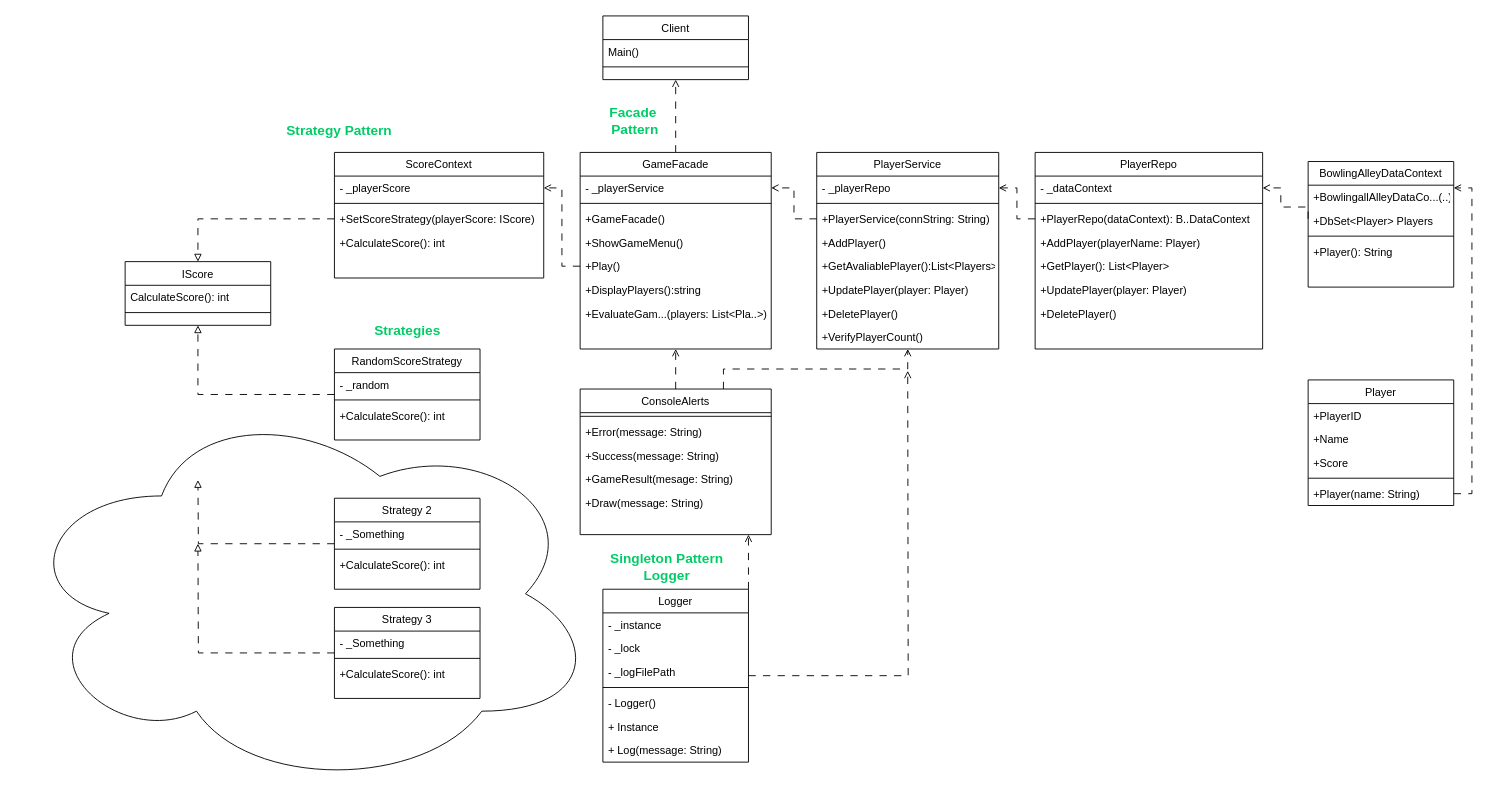
mutenJanken/BowlingAlley keeps this draw.io diagram as BowlingAlley/BowlingAlleyClassDiagram.drawio. Above is the earlier version. Source tidied: cells renumbered, new cells numbered last; positions are measured from the earlier drawing's top-left corner, leaving out a move shared by most shapes. Both pictures are drawn from the tidied source at 91%, with x=0, y=0 at pixel (15, 15).
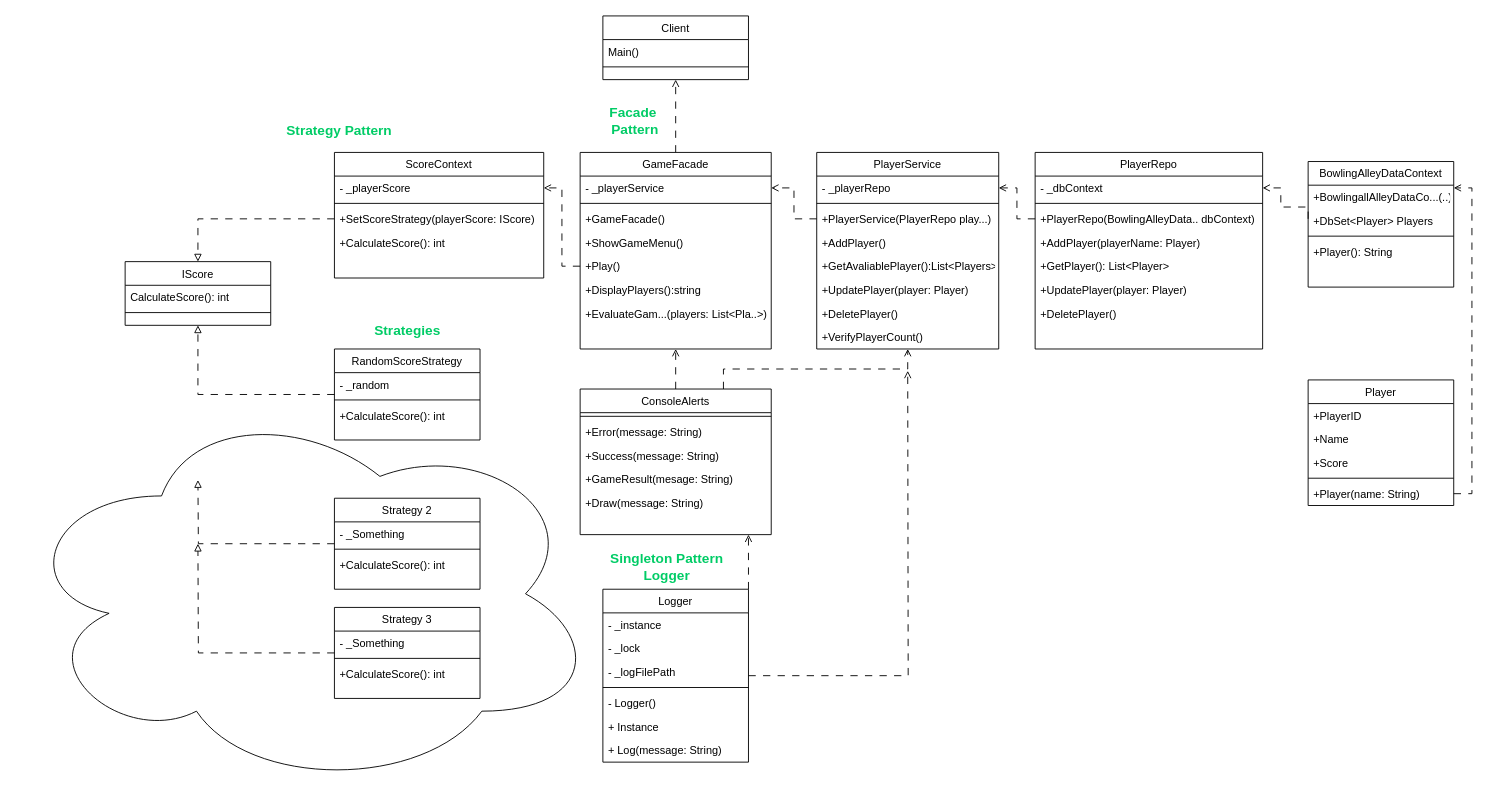
Above is the later version.

The change refers to these unchanged cells:
```xml
<mxCell id="31" value="PlayerService" style="swimlane;fontStyle=0;align=center;verticalAlign=top;horizontal=1;startSize=26;rounded=0;shadow=0;strokeWidth=1;" parent="1" vertex="1">
  <mxGeometry x="880" y="150" width="200" height="216" as="geometry" />
</mxCell>
<mxCell id="41" value="PlayerRepo" style="swimlane;fontStyle=0;align=center;verticalAlign=top;horizontal=1;startSize=26;rounded=0;shadow=0;strokeWidth=1;" parent="1" vertex="1">
  <mxGeometry x="1120" y="150" width="250" height="216" as="geometry" />
</mxCell>
```

Change to the diagram source:
```diff
@@
-    <mxCell id="34" value="+PlayerService(connString: String)" style="text;align=left;verticalAlign=top;spacingLeft=4;spacingRight=4;overflow=hidden;points=[[0,0.5],[1,0.5]];portConstraint=eastwest;" parent="31" vertex="1">
+    <mxCell id="34" value="+PlayerService(PlayerRepo play...)" style="text;align=left;verticalAlign=top;spacingLeft=4;spacingRight=4;overflow=hidden;points=[[0,0.5],[1,0.5]];portConstraint=eastwest;" parent="31" vertex="1">
       <mxGeometry y="60" width="200" height="26" as="geometry" />
     </mxCell>
@@
-    <mxCell id="42" value="- _dataContext" style="text;align=left;verticalAlign=top;spacingLeft=4;spacingRight=4;overflow=hidden;points=[[0,0.5],[1,0.5]];portConstraint=eastwest;" parent="41" vertex="1">
+    <mxCell id="42" value="- _dbContext" style="text;align=left;verticalAlign=top;spacingLeft=4;spacingRight=4;overflow=hidden;points=[[0,0.5],[1,0.5]];portConstraint=eastwest;" parent="41" vertex="1">
       <mxGeometry y="26" width="250" height="26" as="geometry" />
     </mxCell>
@@
-    <mxCell id="44" value="+PlayerRepo(dataContext): B..DataContext&#10;" style="text;align=left;verticalAlign=top;spacingLeft=4;spacingRight=4;overflow=hidden;points=[[0,0.5],[1,0.5]];portConstraint=eastwest;" parent="41" vertex="1">
+    <mxCell id="44" value="+PlayerRepo(BowlingAlleyData.. dbContext)&#10;" style="text;align=left;verticalAlign=top;spacingLeft=4;spacingRight=4;overflow=hidden;points=[[0,0.5],[1,0.5]];portConstraint=eastwest;" parent="41" vertex="1">
       <mxGeometry y="60" width="250" height="26" as="geometry" />
     </mxCell>
```
